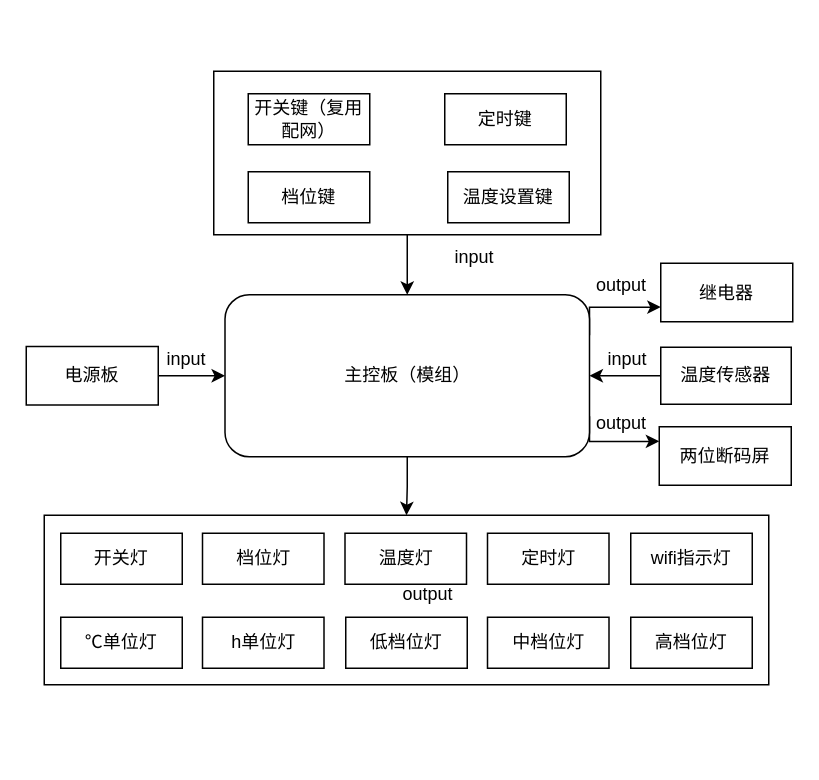
The draw.io diagram hardware.drawio in JeffYec/Jeff, before the edit. Source tidied: cells renumbered, new cells numbered last; positions are measured from the earlier drawing's top-left corner, leaving out a move shared by most shapes. Both pictures are drawn from the tidied source at 150%, with x=0, y=0 at pixel (26, 70).
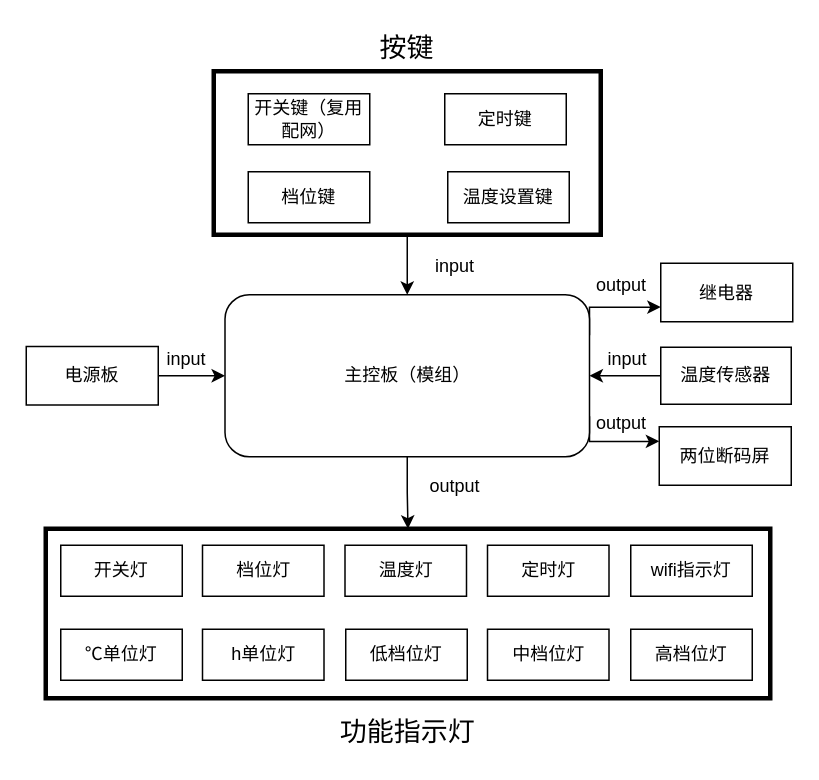
After the change.

Diff of the diagram source:
```diff
@@
-    <mxCell id="12" style="rounded=0;whiteSpace=wrap;html=1;fillColor=none;" parent="1" vertex="1">
+    <mxCell id="12" style="rounded=0;whiteSpace=wrap;html=1;fillColor=none;strokeWidth=3;" parent="1" vertex="1">
       <mxGeometry x="125" width="258" height="109" as="geometry" />
     </mxCell>
     <mxCell id="13" value="开关灯" style="whiteSpace=wrap;html=1;rounded=0;" parent="1" vertex="1">
-      <mxGeometry x="23" y="308" width="81" height="34" as="geometry" />
+      <mxGeometry x="23" y="316" width="81" height="34" as="geometry" />
     </mxCell>
     <mxCell id="14" value="档位灯" style="whiteSpace=wrap;html=1;rounded=0;" parent="1" vertex="1">
-      <mxGeometry x="117.5" y="308" width="81" height="34" as="geometry" />
+      <mxGeometry x="117.5" y="316" width="81" height="34" as="geometry" />
     </mxCell>
     <mxCell id="15" value="温度灯" style="whiteSpace=wrap;html=1;rounded=0;" parent="1" vertex="1">
-      <mxGeometry x="212.5" y="308" width="81" height="34" as="geometry" />
+      <mxGeometry x="212.5" y="316" width="81" height="34" as="geometry" />
     </mxCell>
     <mxCell id="16" value="定时灯" style="whiteSpace=wrap;html=1;rounded=0;" parent="1" vertex="1">
-      <mxGeometry x="307.5" y="308" width="81" height="34" as="geometry" />
+      <mxGeometry x="307.5" y="316" width="81" height="34" as="geometry" />
     </mxCell>
@@
     <mxCell id="19" value="℃单位灯" style="whiteSpace=wrap;html=1;rounded=0;" parent="1" vertex="1">
-      <mxGeometry x="23" y="364" width="81" height="34" as="geometry" />
+      <mxGeometry x="23" y="372" width="81" height="34" as="geometry" />
     </mxCell>
     <mxCell id="20" value="h单位灯" style="whiteSpace=wrap;html=1;rounded=0;" parent="1" vertex="1">
-      <mxGeometry x="117.5" y="364" width="81" height="34" as="geometry" />
+      <mxGeometry x="117.5" y="372" width="81" height="34" as="geometry" />
     </mxCell>
     <mxCell id="21" value="wifi指示灯" style="whiteSpace=wrap;html=1;rounded=0;" parent="1" vertex="1">
-      <mxGeometry x="403" y="308" width="81" height="34" as="geometry" />
+      <mxGeometry x="403" y="316" width="81" height="34" as="geometry" />
     </mxCell>
     <mxCell id="22" value="低档位灯" style="whiteSpace=wrap;html=1;rounded=0;" parent="1" vertex="1">
-      <mxGeometry x="213" y="364" width="81" height="34" as="geometry" />
+      <mxGeometry x="213" y="372" width="81" height="34" as="geometry" />
     </mxCell>
     <mxCell id="23" value="中档位灯" style="whiteSpace=wrap;html=1;rounded=0;" parent="1" vertex="1">
-      <mxGeometry x="307.5" y="364" width="81" height="34" as="geometry" />
+      <mxGeometry x="307.5" y="372" width="81" height="34" as="geometry" />
     </mxCell>
     <mxCell id="24" value="高档位灯" style="whiteSpace=wrap;html=1;rounded=0;" parent="1" vertex="1">
-      <mxGeometry x="403" y="364" width="81" height="34" as="geometry" />
+      <mxGeometry x="403" y="372" width="81" height="34" as="geometry" />
     </mxCell>
@@
-    <mxCell id="27" style="rounded=0;whiteSpace=wrap;html=1;fillColor=none;" parent="1" vertex="1">
-      <mxGeometry x="12" y="296" width="483" height="113" as="geometry" />
+    <mxCell id="27" style="rounded=0;whiteSpace=wrap;html=1;fillColor=none;strokeWidth=3;" parent="1" vertex="1">
+      <mxGeometry x="13" y="305" width="483" height="113" as="geometry" />
     </mxCell>
@@
     <mxCell id="29" value="input" style="text;html=1;strokeColor=none;fillColor=none;align=center;verticalAlign=middle;whiteSpace=wrap;rounded=0;" parent="1" vertex="1">
-      <mxGeometry x="269" y="109" width="60" height="30" as="geometry" />
+      <mxGeometry x="256" y="115" width="60" height="30" as="geometry" />
     </mxCell>
@@
     <mxCell id="31" value="output" style="text;html=1;strokeColor=none;fillColor=none;align=center;verticalAlign=middle;whiteSpace=wrap;rounded=0;" parent="1" vertex="1">
-      <mxGeometry x="238" y="334" width="60" height="30" as="geometry" />
+      <mxGeometry x="256" y="262" width="60" height="30" as="geometry" />
     </mxCell>
@@
+    <mxCell id="35" value="按键" style="text;html=1;strokeColor=none;fillColor=none;align=center;verticalAlign=middle;whiteSpace=wrap;rounded=0;fontSize=18;fontColor=#000000;" parent="1" vertex="1">
+      <mxGeometry x="224" y="-30" width="60" height="30" as="geometry" />
+    </mxCell>
+    <mxCell id="36" value="功能指示灯" style="text;html=1;strokeColor=none;fillColor=none;align=center;verticalAlign=middle;whiteSpace=wrap;rounded=0;fontSize=18;fontColor=#000000;" parent="1" vertex="1">
+      <mxGeometry x="203" y="426" width="103" height="30" as="geometry" />
+    </mxCell>
```
